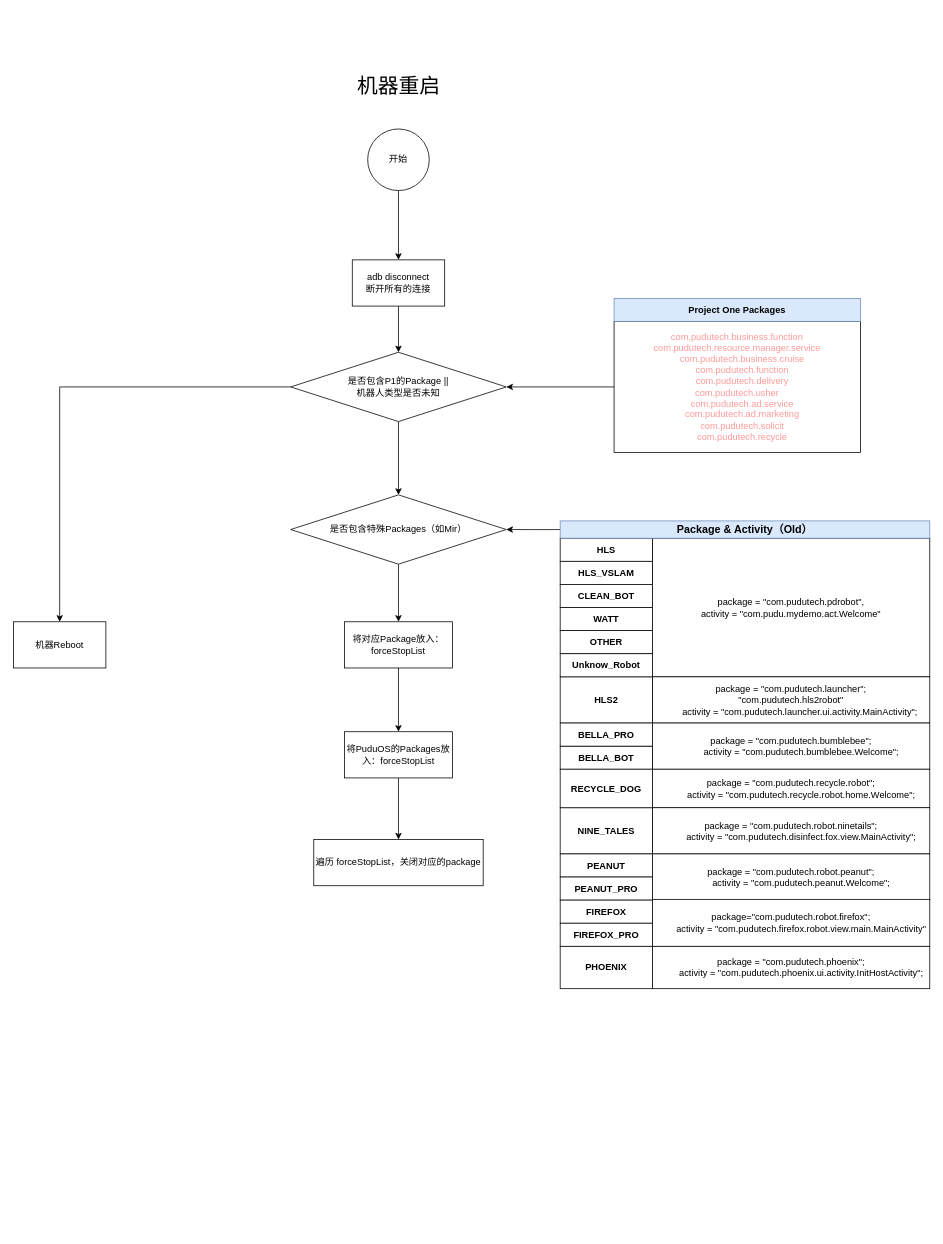
Before: page "重启细节" (4 of 4) of 推送地图流程图.drawio in Jev0987/drawioFile, a draw.io diagram. Source tidied: cells renumbered, new cells numbered last; positions are measured from the earlier drawing's top-left corner, leaving out a move shared by most shapes. Both pictures are drawn from the tidied source at 77%, with x=0, y=0 at pixel (13, 67).
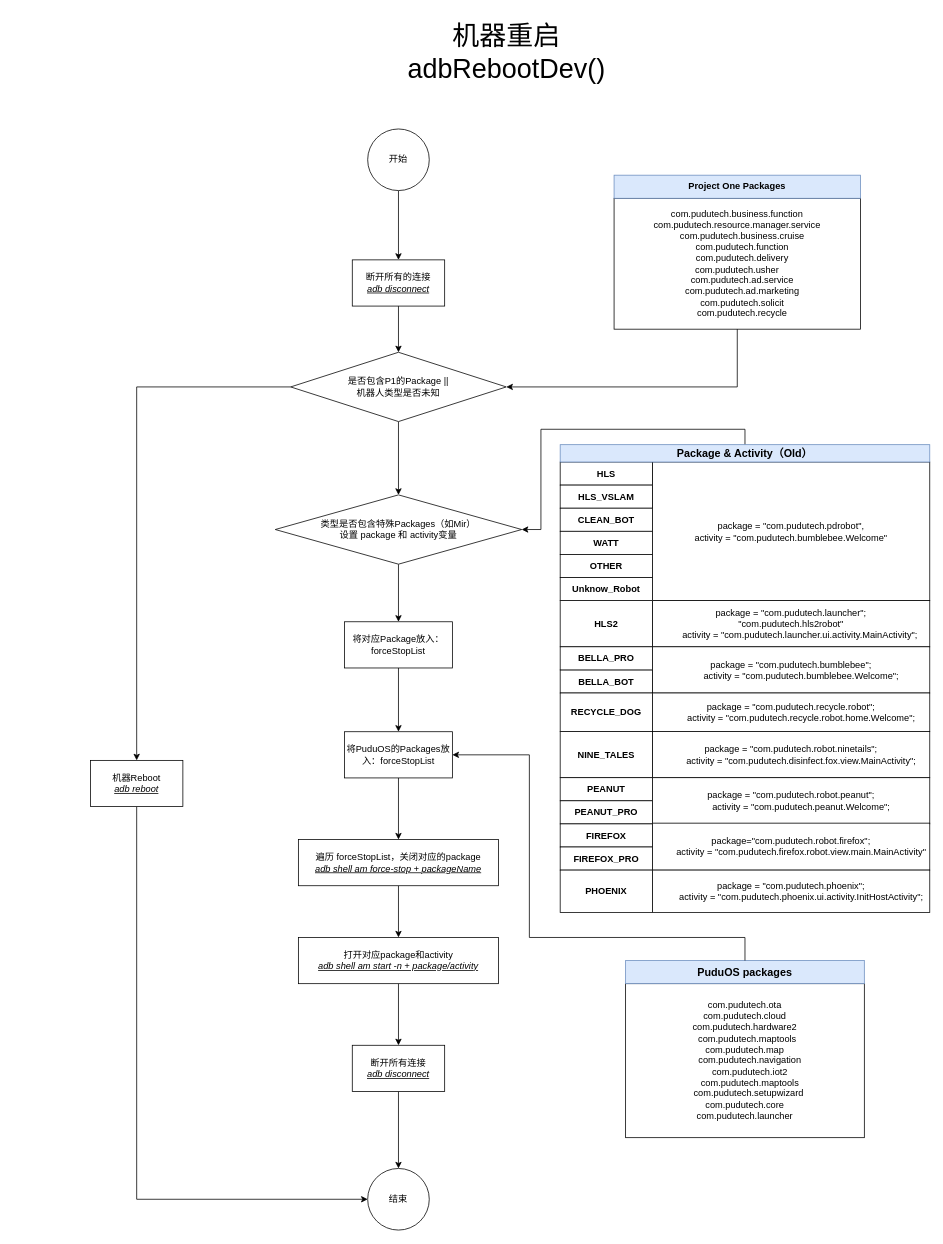
After the change.

Unchanged cells that the change refers to:
```xml
<mxCell id="9" value="是否包含P1的Package&amp;nbsp;|| &lt;br&gt;机器人类型是否未知" style="rhombus;whiteSpace=wrap;html=1;" parent="1" vertex="1">
  <mxGeometry x="360" y="370" width="280" height="90" as="geometry" />
</mxCell>
<mxCell id="41" value="Package &amp;amp; Activity（Old）" style="whiteSpace=wrap;html=1;rotation=0;fillColor=#dae8fc;strokeColor=#6c8ebf;fontStyle=1;fontSize=14;" parent="16" vertex="1">
  <mxGeometry width="480" height="22.5" as="geometry" />
</mxCell>
<mxCell id="47" value="将PuduOS的Packages放入：forceStopList" style="whiteSpace=wrap;html=1;" parent="1" vertex="1">
  <mxGeometry x="430" y="862.8" width="140" height="60" as="geometry" />
</mxCell>
```

Change to the diagram source:
```diff
@@
-    <mxCell id="4" value="机器重启" style="text;html=1;align=center;verticalAlign=middle;strokeColor=none;fillColor=none;fontSize=27;" parent="1" vertex="1">
-      <mxGeometry x="435" width="130" height="50" as="geometry" />
+    <mxCell id="4" value="机器重启&lt;br&gt;adbRebootDev()" style="text;html=1;align=center;verticalAlign=middle;strokeColor=none;fillColor=none;fontSize=35;" parent="1" vertex="1">
+      <mxGeometry x="500" y="-70" width="280" height="100" as="geometry" />
     </mxCell>
@@
-    <mxCell id="6" value="adb disconnect &lt;br&gt;断开所有的连接" style="whiteSpace=wrap;html=1;" parent="1" vertex="1">
+    <mxCell id="6" value="断开所有的连接&lt;br&gt;&lt;i&gt;&lt;u&gt;adb disconnect&lt;/u&gt;&lt;/i&gt;" style="whiteSpace=wrap;html=1;" parent="1" vertex="1">
       <mxGeometry x="440" y="250" width="120" height="60" as="geometry" />
     </mxCell>
@@
     <mxCell id="10" style="group;" parent="1" vertex="1">
-      <mxGeometry x="780" y="300" width="320" height="200" as="geometry" />
+      <mxGeometry x="780" y="140" width="320" height="200" as="geometry" />
     </mxCell>
-    <mxCell id="11" value="&lt;div&gt;&lt;span style=&quot;color: rgb(255, 153, 153);&quot;&gt;com.pudutech.business.function&lt;/span&gt;&lt;font color=&quot;#ff9999&quot;&gt;&lt;br&gt;&lt;/font&gt;&lt;/div&gt;&lt;div&gt;&lt;font color=&quot;#ff9999&quot;&gt;com.pudutech.resource.manager.service&lt;/font&gt;&lt;/div&gt;&lt;div&gt;&lt;font color=&quot;#ff9999&quot;&gt;&amp;nbsp; &amp;nbsp; com.pudutech.business.cruise&lt;/font&gt;&lt;/div&gt;&lt;div&gt;&lt;font color=&quot;#ff9999&quot;&gt;&amp;nbsp; &amp;nbsp; com.pudutech.function&lt;/font&gt;&lt;/div&gt;&lt;div&gt;&lt;font color=&quot;#ff9999&quot;&gt;&amp;nbsp; &amp;nbsp; com.pudutech.delivery&lt;/font&gt;&lt;/div&gt;&lt;div&gt;&lt;font color=&quot;#ff9999&quot;&gt;com.pudutech.usher&lt;/font&gt;&lt;/div&gt;&lt;div&gt;&lt;font color=&quot;#ff9999&quot;&gt;&amp;nbsp; &amp;nbsp; com.pudutech.ad.service&lt;/font&gt;&lt;/div&gt;&lt;div&gt;&lt;font color=&quot;#ff9999&quot;&gt;&amp;nbsp; &amp;nbsp; com.pudutech.ad.marketing&lt;/font&gt;&lt;/div&gt;&lt;div&gt;&lt;font color=&quot;#ff9999&quot;&gt;&amp;nbsp; &amp;nbsp; com.pudutech.solicit&lt;/font&gt;&lt;/div&gt;&lt;div&gt;&lt;font color=&quot;#ff9999&quot;&gt;&amp;nbsp; &amp;nbsp; com.pudutech.recycle&lt;/font&gt;&lt;/div&gt;" style="whiteSpace=wrap;html=1;" parent="10" vertex="1">
+    <mxCell id="11" value="&lt;div&gt;com.pudutech.business.function&lt;br&gt;&lt;/div&gt;&lt;div&gt;com.pudutech.resource.manager.service&lt;/div&gt;&lt;div&gt;&amp;nbsp; &amp;nbsp; com.pudutech.business.cruise&lt;/div&gt;&lt;div&gt;&amp;nbsp; &amp;nbsp; com.pudutech.function&lt;/div&gt;&lt;div&gt;&amp;nbsp; &amp;nbsp; com.pudutech.delivery&lt;/div&gt;&lt;div&gt;com.pudutech.usher&lt;/div&gt;&lt;div&gt;&amp;nbsp; &amp;nbsp; com.pudutech.ad.service&lt;/div&gt;&lt;div&gt;&amp;nbsp; &amp;nbsp; com.pudutech.ad.marketing&lt;/div&gt;&lt;div&gt;&amp;nbsp; &amp;nbsp; com.pudutech.solicit&lt;/div&gt;&lt;div&gt;&amp;nbsp; &amp;nbsp; com.pudutech.recycle&lt;/div&gt;" style="whiteSpace=wrap;html=1;" parent="10" vertex="1">
       <mxGeometry y="30" width="320" height="170" as="geometry" />
     </mxCell>
@@
-    <mxCell id="13" style="edgeStyle=orthogonalEdgeStyle;rounded=0;jettySize=auto;html=1;exitX=0;exitY=0.5;exitDx=0;exitDy=0;entryX=1;entryY=0.5;entryDx=0;entryDy=0;" parent="1" edge="1" source="11" target="9">
+    <mxCell id="13" style="edgeStyle=orthogonalEdgeStyle;rounded=0;jettySize=auto;html=1;exitX=0.5;exitY=1;exitDx=0;exitDy=0;entryX=1;entryY=0.5;entryDx=0;entryDy=0;" parent="1" edge="1" source="11" target="9">
       <mxGeometry relative="1" as="geometry" />
     </mxCell>
+    <mxCell id="49" style="edgeStyle=orthogonalEdgeStyle;rounded=0;jettySize=auto;html=1;exitX=0.5;exitY=1;exitDx=0;exitDy=0;entryX=0;entryY=0.5;entryDx=0;entryDy=0;" parent="1" edge="1" source="14" target="59">
+      <mxGeometry relative="1" as="geometry" />
+    </mxCell>
-    <mxCell id="14" value="机器Reboot" style="whiteSpace=wrap;html=1;" parent="1" vertex="1">
-      <mxGeometry y="720" width="120" height="60" as="geometry" />
+    <mxCell id="14" value="机器Reboot&lt;br&gt;&lt;span style=&quot;font-style: italic;&quot;&gt;&lt;u&gt;adb reboot&lt;/u&gt;&lt;/span&gt;" style="whiteSpace=wrap;html=1;" parent="1" vertex="1">
+      <mxGeometry x="100" y="900" width="120" height="60" as="geometry" />
     </mxCell>
-    <mxCell id="15" style="edgeStyle=orthogonalEdgeStyle;rounded=0;jettySize=auto;html=1;exitX=0;exitY=0.5;exitDx=0;exitDy=0;entryX=1;entryY=0.5;entryDx=0;entryDy=0;" parent="1" edge="1" source="41" target="43">
+    <mxCell id="15" style="edgeStyle=orthogonalEdgeStyle;rounded=0;jettySize=auto;html=1;exitX=0.5;exitY=0;exitDx=0;exitDy=0;entryX=1;entryY=0.5;entryDx=0;entryDy=0;" parent="1" edge="1" source="41" target="43">
       <mxGeometry relative="1" as="geometry" />
     </mxCell>
     <mxCell id="16" style="group;" parent="1" vertex="1">
-      <mxGeometry x="710" y="589" width="480" height="607.5" as="geometry" />
+      <mxGeometry x="710" y="490" width="480" height="607.5" as="geometry" />
     </mxCell>
@@
-    <mxCell id="20" value="&lt;div&gt;&lt;span style=&quot;background-color: initial;&quot;&gt;package =&lt;/span&gt;&lt;span style=&quot;background-color: initial;&quot;&gt;&amp;nbsp;&lt;/span&gt;&quot;com.pudutech.pdrobot&quot;,&lt;/div&gt;&lt;div&gt;&lt;span style=&quot;background-color: initial;&quot;&gt;activity =&lt;/span&gt;&lt;span style=&quot;background-color: initial;&quot;&gt;&amp;nbsp;&lt;/span&gt;&lt;span style=&quot;background-color: initial;&quot;&gt;&quot;com.pudu.mydemo.act.Welcome&quot;&lt;/span&gt;&lt;/div&gt;" style="whiteSpace=wrap;html=1;" parent="16" vertex="1">
+    <mxCell id="20" value="&lt;div&gt;&lt;span style=&quot;background-color: initial;&quot;&gt;package =&lt;/span&gt;&lt;span style=&quot;background-color: initial;&quot;&gt;&amp;nbsp;&lt;/span&gt;&quot;com.pudutech.pdrobot&quot;,&lt;/div&gt;&lt;div&gt;&lt;span style=&quot;background-color: initial;&quot;&gt;activity =&lt;/span&gt;&lt;span style=&quot;background-color: initial;&quot;&gt;&amp;nbsp;&lt;/span&gt;&lt;span style=&quot;background-color: initial;&quot;&gt;&quot;com.pudutech.bumblebee.Welcome&quot;&lt;/span&gt;&lt;/div&gt;" style="whiteSpace=wrap;html=1;" parent="16" vertex="1">
       <mxGeometry x="120" y="22.5" width="360" height="180" as="geometry" />
     </mxCell>
@@
-    <mxCell id="43" value="是否包含特殊Packages（如Mir）" style="rhombus;whiteSpace=wrap;html=1;" parent="1" vertex="1">
-      <mxGeometry x="360" y="555.2" width="280" height="90" as="geometry" />
+    <mxCell id="43" value="类型是否包含特殊Packages（如Mir）&lt;br&gt;设置 package 和 activity变量" style="rhombus;whiteSpace=wrap;html=1;" parent="1" vertex="1">
+      <mxGeometry x="340" y="555.2" width="320" height="90" as="geometry" />
     </mxCell>
@@
+    <mxCell id="50" style="edgeStyle=orthogonalEdgeStyle;rounded=0;jettySize=auto;html=1;" parent="1" edge="1" source="48" target="56">
+      <mxGeometry relative="1" as="geometry" />
+    </mxCell>
-    <mxCell id="48" value="遍历 forceStopList，关闭对应的package" style="whiteSpace=wrap;html=1;" parent="1" vertex="1">
-      <mxGeometry x="390" y="1002.8" width="220" height="60" as="geometry" />
+    <mxCell id="48" value="遍历 forceStopList，关闭对应的package&lt;br&gt;&lt;span style=&quot;font-style: italic; text-decoration-line: underline;&quot;&gt;adb shell am force-stop + packageName&lt;/span&gt;" style="whiteSpace=wrap;html=1;" parent="1" vertex="1">
+      <mxGeometry x="370" y="1002.8" width="260" height="60" as="geometry" />
     </mxCell>
+    <mxCell id="51" style="group;" parent="1" vertex="1">
+      <mxGeometry x="795" y="1160" width="310" height="230" as="geometry" />
+    </mxCell>
+    <mxCell id="52" value="&lt;div&gt;com.pudutech.ota&lt;/div&gt;&lt;div&gt;com.pudutech.cloud&lt;/div&gt;&lt;div&gt;com.pudutech.hardware2&lt;/div&gt;&lt;div&gt;&amp;nbsp; com.pudutech.maptools&lt;/div&gt;&lt;div&gt;&lt;span style=&quot;background-color: initial;&quot;&gt;com.pudutech.map&lt;/span&gt;&lt;/div&gt;&lt;div&gt;&amp;nbsp; &amp;nbsp; com.pudutech.navigation&lt;/div&gt;&lt;div&gt;&amp;nbsp; &amp;nbsp; com.pudutech.iot2&lt;/div&gt;&lt;div&gt;&amp;nbsp; &amp;nbsp; com.pudutech.maptools&lt;/div&gt;&lt;div&gt;&amp;nbsp; &amp;nbsp;com.pudutech.setupwizard&lt;/div&gt;&lt;div&gt;com.pudutech.core&lt;/div&gt;&lt;div&gt;com.pudutech.launcher&lt;/div&gt;" style="whiteSpace=wrap;html=1;" parent="51" vertex="1">
+      <mxGeometry y="30" width="310" height="200" as="geometry" />
+    </mxCell>
+    <mxCell id="53" value="PuduOS packages" style="whiteSpace=wrap;html=1;rotation=0;fillColor=#dae8fc;strokeColor=#6c8ebf;fontStyle=1;fontSize=14;" parent="51" vertex="1">
+      <mxGeometry width="310" height="30" as="geometry" />
+    </mxCell>
+    <mxCell id="54" style="edgeStyle=orthogonalEdgeStyle;rounded=0;jettySize=auto;html=1;exitX=0.5;exitY=0;exitDx=0;exitDy=0;entryX=1;entryY=0.5;entryDx=0;entryDy=0;" parent="1" edge="1" source="53" target="47">
+      <mxGeometry relative="1" as="geometry">
+        <Array as="points">
+          <mxPoint x="950" y="1130" />
+          <mxPoint x="670" y="1130" />
+          <mxPoint x="670" y="893" />
+        </Array>
+      </mxGeometry>
+    </mxCell>
+    <mxCell id="55" style="edgeStyle=orthogonalEdgeStyle;rounded=0;jettySize=auto;html=1;" parent="1" edge="1" source="56" target="58">
+      <mxGeometry relative="1" as="geometry" />
+    </mxCell>
+    <mxCell id="56" value="打开对应package和activity&lt;br&gt;&lt;span style=&quot;font-style: italic; text-decoration-line: underline;&quot;&gt;adb shell am start -n + package/activity&lt;/span&gt;" style="whiteSpace=wrap;html=1;fontStyle=0;" parent="1" vertex="1">
+      <mxGeometry x="370" y="1130" width="260" height="60" as="geometry" />
+    </mxCell>
+    <mxCell id="57" style="edgeStyle=orthogonalEdgeStyle;rounded=0;jettySize=auto;html=1;" parent="1" edge="1" source="58" target="59">
+      <mxGeometry relative="1" as="geometry" />
+    </mxCell>
+    <mxCell id="58" value="断开所有连接&lt;br&gt;&lt;i&gt;&lt;u&gt;adb disconnect&lt;/u&gt;&lt;/i&gt;" style="whiteSpace=wrap;html=1;fontStyle=0;" parent="1" vertex="1">
+      <mxGeometry x="440" y="1270" width="120" height="60" as="geometry" />
+    </mxCell>
+    <mxCell id="59" value="结束" style="ellipse;whiteSpace=wrap;html=1;" parent="1" vertex="1">
+      <mxGeometry x="460" y="1430" width="80" height="80" as="geometry" />
+    </mxCell>
```
